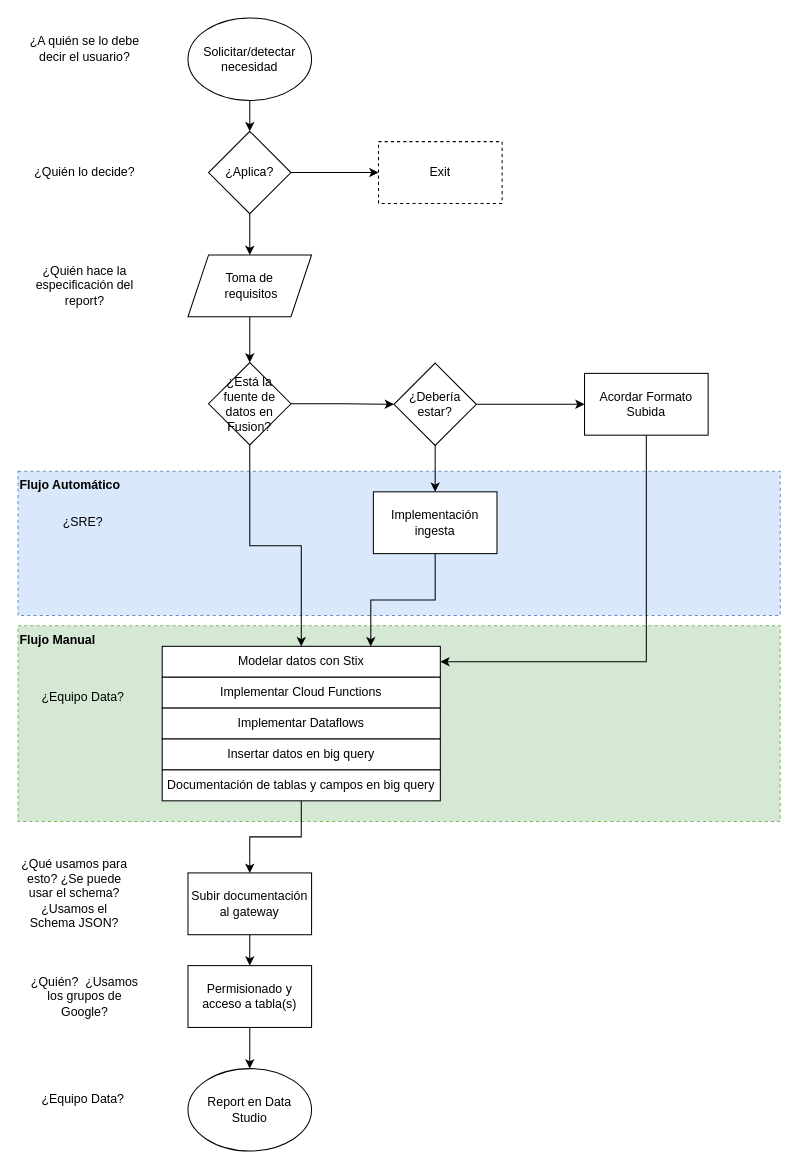
This is userreporting.drawio from garretus/draw.io, a draw.io file, before an edit. Source tidied: cells renumbered, new cells numbered last; positions are measured from the earlier drawing's top-left corner, leaving out a move shared by most shapes. Both pictures are drawn from the tidied source at 103%, with x=0, y=0 at pixel (18, 18).
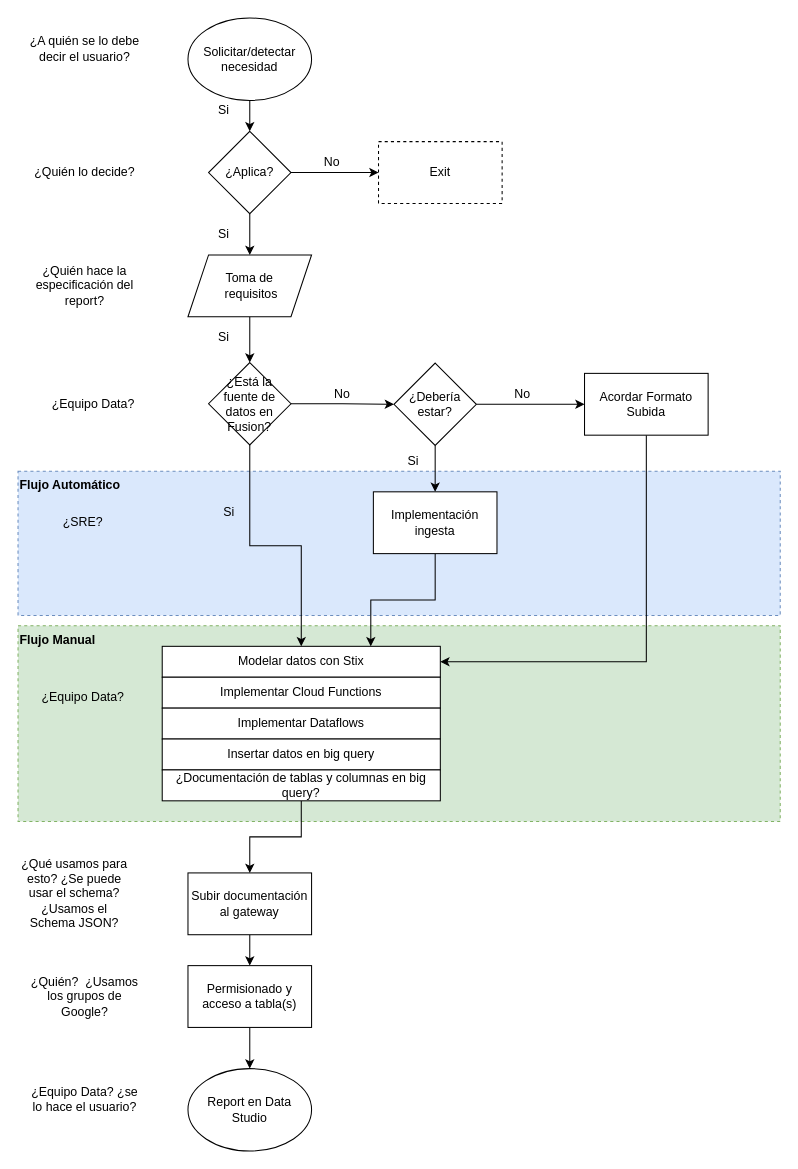
The same diagram, later.

Change to the diagram source:
```diff
@@
-    <mxCell id="27" value="¿Equipo Data?&amp;nbsp;" style="text;html=1;strokeColor=none;fillColor=none;align=center;verticalAlign=middle;whiteSpace=wrap;rounded=0;" parent="1" vertex="1">
+    <mxCell id="27" value="¿Equipo Data? ¿se lo hace el usuario?" style="text;html=1;strokeColor=none;fillColor=none;align=center;verticalAlign=middle;whiteSpace=wrap;rounded=0;" parent="1" vertex="1">
       <mxGeometry x="10" y="1040" width="110" height="20" as="geometry" />
     </mxCell>
@@
-    <mxCell id="31" value="Documentación de tablas y campos en big query" style="rounded=0;whiteSpace=wrap;html=1;" parent="1" vertex="1">
+    <mxCell id="31" value="¿Documentación de tablas y columnas en big query?" style="rounded=0;whiteSpace=wrap;html=1;" parent="1" vertex="1">
       <mxGeometry x="140" y="730" width="270" height="30" as="geometry" />
     </mxCell>
@@
+    <mxCell id="41" value="No" style="text;html=1;strokeColor=none;fillColor=none;align=center;verticalAlign=middle;whiteSpace=wrap;rounded=0;" parent="1" vertex="1">
+      <mxGeometry x="285" y="130" width="40" height="20" as="geometry" />
+    </mxCell>
+    <mxCell id="42" value="No" style="text;html=1;strokeColor=none;fillColor=none;align=center;verticalAlign=middle;whiteSpace=wrap;rounded=0;" parent="1" vertex="1">
+      <mxGeometry x="295" y="355" width="40" height="20" as="geometry" />
+    </mxCell>
+    <mxCell id="43" value="No" style="text;html=1;strokeColor=none;fillColor=none;align=center;verticalAlign=middle;whiteSpace=wrap;rounded=0;" parent="1" vertex="1">
+      <mxGeometry x="470" y="355" width="40" height="20" as="geometry" />
+    </mxCell>
+    <mxCell id="44" value="Si" style="text;html=1;strokeColor=none;fillColor=none;align=center;verticalAlign=middle;whiteSpace=wrap;rounded=0;" parent="1" vertex="1">
+      <mxGeometry x="180" y="80" width="40" height="20" as="geometry" />
+    </mxCell>
+    <mxCell id="45" value="Si" style="text;html=1;strokeColor=none;fillColor=none;align=center;verticalAlign=middle;whiteSpace=wrap;rounded=0;" parent="1" vertex="1">
+      <mxGeometry x="180" y="200" width="40" height="20" as="geometry" />
+    </mxCell>
+    <mxCell id="46" value="Si" style="text;html=1;strokeColor=none;fillColor=none;align=center;verticalAlign=middle;whiteSpace=wrap;rounded=0;" parent="1" vertex="1">
+      <mxGeometry x="180" y="300" width="40" height="20" as="geometry" />
+    </mxCell>
+    <mxCell id="47" value="Si" style="text;html=1;strokeColor=none;fillColor=none;align=center;verticalAlign=middle;whiteSpace=wrap;rounded=0;" parent="1" vertex="1">
+      <mxGeometry x="364" y="420" width="40" height="20" as="geometry" />
+    </mxCell>
+    <mxCell id="48" value="Si" style="text;html=1;strokeColor=none;fillColor=none;align=center;verticalAlign=middle;whiteSpace=wrap;rounded=0;" parent="1" vertex="1">
+      <mxGeometry x="185" y="470" width="40" height="20" as="geometry" />
+    </mxCell>
+    <mxCell id="49" value="¿Equipo Data?&amp;nbsp;" style="text;html=1;strokeColor=none;fillColor=none;align=center;verticalAlign=middle;whiteSpace=wrap;rounded=0;" parent="1" vertex="1">
+      <mxGeometry x="20" y="365" width="110" height="20" as="geometry" />
+    </mxCell>
```
